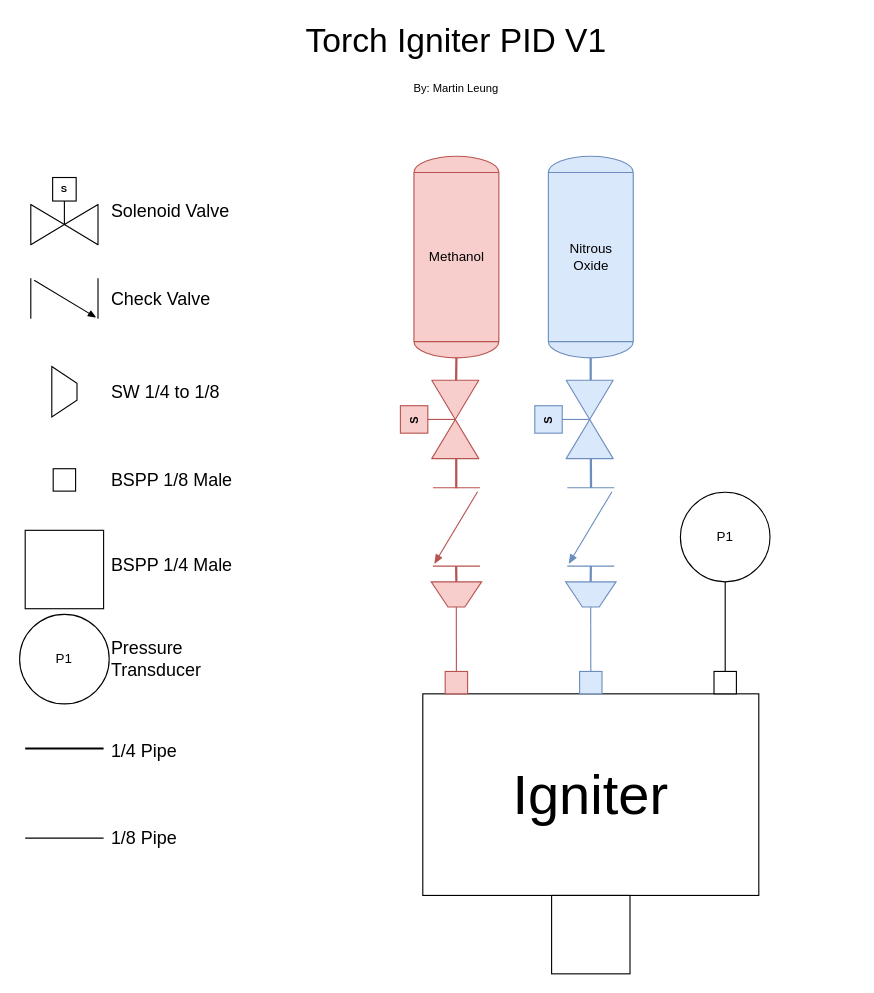
Before: Torch Igniter V1.drawio in icl-rocketry/Propulsion-PIDs, a draw.io diagram. Source tidied: cells renumbered, new cells numbered last; positions are measured from the earlier drawing's top-left corner, leaving out a move shared by most shapes. Both pictures are drawn from the tidied source at 112%, with x=0, y=0 at pixel (19, 43).
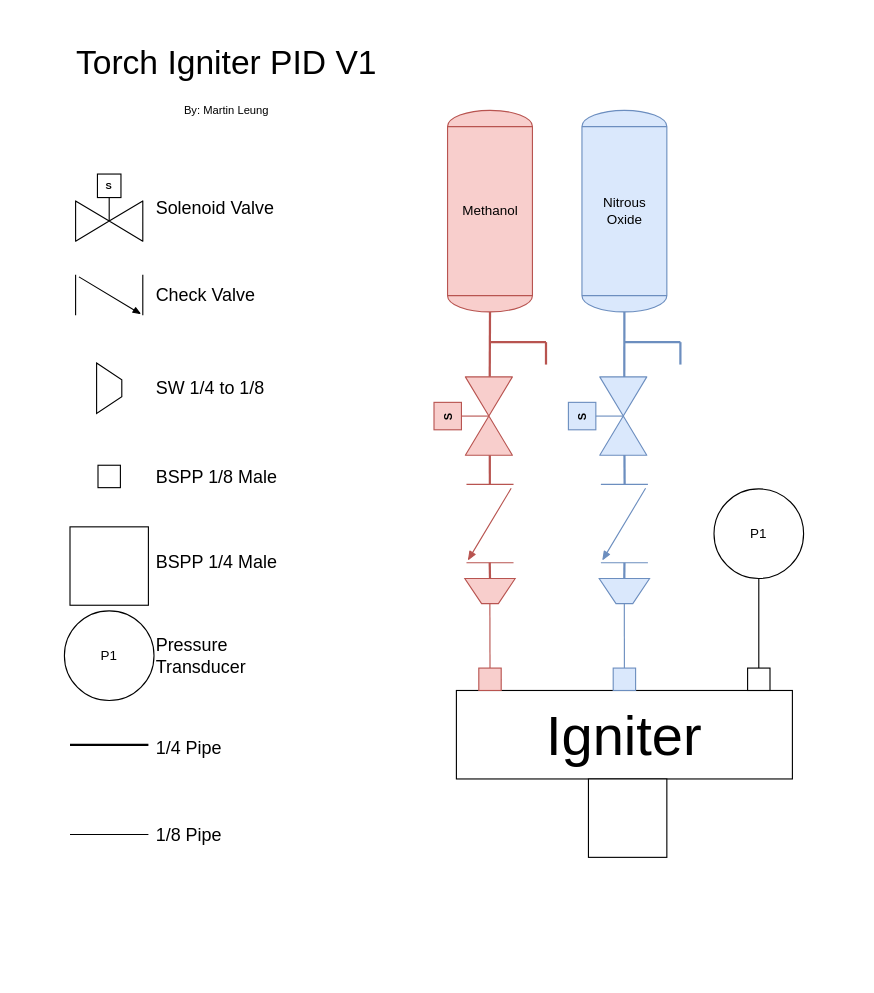
After the change.

What changed in the source:
```diff
@@
     <mxCell id="2" value="Methanol" style="shape=mxgraph.pid.vessels.tank;html=1;align=center;verticalLabelPosition=middle;verticalAlign=middle;dashed=0;labelPosition=center;fillColor=#f8cecc;strokeColor=#b85450;" parent="1" vertex="1">
-      <mxGeometry x="352.1" y="101" width="75.8" height="180" as="geometry" />
+      <mxGeometry x="382.1" y="60" width="75.8" height="180" as="geometry" />
     </mxCell>
     <mxCell id="3" value="Nitrous&lt;br&gt;Oxide" style="shape=mxgraph.pid.vessels.tank;html=1;align=center;verticalLabelPosition=middle;verticalAlign=middle;dashed=0;labelPosition=center;fillColor=#dae8fc;strokeColor=#6c8ebf;" parent="1" vertex="1">
-      <mxGeometry x="472.1" y="101" width="75.8" height="180" as="geometry" />
+      <mxGeometry x="502.1" y="60" width="75.8" height="180" as="geometry" />
     </mxCell>
     <mxCell id="4" style="verticalLabelPosition=bottom;align=center;html=1;verticalAlign=top;dashed=0;shape=mxgraph.pid2valves.valve;valveType=check;rotation=90;fillColor=#f8cecc;strokeColor=#b85450;" parent="1" vertex="1">
-      <mxGeometry x="355" y="411" width="70" height="42" as="geometry" />
+      <mxGeometry x="385" y="408" width="70" height="42" as="geometry" />
     </mxCell>
     <mxCell id="5" style="verticalLabelPosition=bottom;align=center;html=1;verticalAlign=top;dashed=0;shape=mxgraph.pid2valves.valve;valveType=gate;actuator=solenoid;rotation=-90;fillColor=#f8cecc;strokeColor=#b85450;" parent="1" vertex="1">
-      <mxGeometry x="340" y="301" width="70" height="70" as="geometry" />
+      <mxGeometry x="370" y="298" width="70" height="70" as="geometry" />
     </mxCell>
     <mxCell id="6" style="verticalLabelPosition=bottom;align=center;html=1;verticalAlign=top;dashed=0;shape=mxgraph.pid2valves.valve;valveType=gate;actuator=solenoid;rotation=-90;fillColor=#dae8fc;strokeColor=#6c8ebf;" parent="1" vertex="1">
-      <mxGeometry x="460" y="301" width="70" height="70" as="geometry" />
+      <mxGeometry x="490" y="298" width="70" height="70" as="geometry" />
     </mxCell>
@@
-    <mxCell id="8" style="endArrow=none;html=1;rounded=0;entryX=0.5;entryY=1;entryDx=0;entryDy=0;entryPerimeter=0;exitX=1.001;exitY=0.711;exitDx=0;exitDy=0;exitPerimeter=0;fillColor=#dae8fc;strokeColor=#6c8ebf;strokeWidth=2;" parent="1" edge="1">
+    <mxCell id="8" style="endArrow=none;html=1;rounded=0;exitX=1.001;exitY=0.711;exitDx=0;exitDy=0;exitPerimeter=0;fillColor=#dae8fc;strokeColor=#6c8ebf;strokeWidth=2;entryX=0.5;entryY=1;entryDx=0;entryDy=0;entryPerimeter=0;" parent="1" edge="1" target="3">
       <mxGeometry relative="1" as="geometry">
-        <mxPoint x="509.9" y="301" as="sourcePoint" />
-        <mxPoint x="509.9" y="281" as="targetPoint" />
+        <mxPoint x="539.9" y="298" as="sourcePoint" />
       </mxGeometry>
     </mxCell>
     <mxCell id="9" style="verticalLabelPosition=bottom;align=center;html=1;verticalAlign=top;dashed=0;shape=mxgraph.pid2valves.valve;valveType=check;rotation=90;fillColor=#dae8fc;strokeColor=#6c8ebf;" parent="1" vertex="1">
-      <mxGeometry x="475" y="411" width="70" height="42" as="geometry" />
+      <mxGeometry x="505" y="408" width="70" height="42" as="geometry" />
     </mxCell>
@@
     <mxCell id="12" value="Igniter" style="rounded=0;whiteSpace=wrap;html=1;fontSize=50;" parent="1" vertex="1">
-      <mxGeometry x="360" y="581" width="300" height="180" as="geometry" />
+      <mxGeometry x="390" y="578" width="300" height="79" as="geometry" />
     </mxCell>
     <mxCell id="13" style="shape=trapezoid;perimeter=trapezoidPerimeter;whiteSpace=wrap;html=1;fixedSize=1;rotation=-180;size=15;fillColor=#f8cecc;strokeColor=#b85450;" parent="1" vertex="1">
-      <mxGeometry x="367.5" y="481" width="45" height="22.5" as="geometry" />
+      <mxGeometry x="397.5" y="478" width="45" height="22.5" as="geometry" />
     </mxCell>
     <mxCell id="14" style="shape=trapezoid;perimeter=trapezoidPerimeter;whiteSpace=wrap;html=1;fixedSize=1;rotation=-180;size=15;fillColor=#dae8fc;strokeColor=#6c8ebf;" parent="1" vertex="1">
-      <mxGeometry x="487.5" y="481" width="45" height="22.5" as="geometry" />
+      <mxGeometry x="517.5" y="478" width="45" height="22.5" as="geometry" />
     </mxCell>
@@
     <mxCell id="16" style="endArrow=none;html=1;rounded=0;exitX=0.5;exitY=1;exitDx=0;exitDy=0;entryX=0.999;entryY=0.499;entryDx=0;entryDy=0;entryPerimeter=0;strokeWidth=2;fillColor=#dae8fc;strokeColor=#6c8ebf;" parent="1" edge="1" target="9">
       <mxGeometry relative="1" as="geometry">
-        <mxPoint x="509.9" y="481" as="sourcePoint" />
+        <mxPoint x="539.9" y="478" as="sourcePoint" />
       </mxGeometry>
     </mxCell>
     <mxCell id="17" style="endArrow=none;html=1;rounded=0;exitX=0.5;exitY=0;exitDx=0;exitDy=0;entryX=0.998;entryY=0.506;entryDx=0;entryDy=0;entryPerimeter=0;strokeWidth=1;fillColor=#f8cecc;strokeColor=#b85450;" parent="1" edge="1" source="22">
       <mxGeometry relative="1" as="geometry">
-        <mxPoint x="389.9" y="503.5" as="targetPoint" />
+        <mxPoint x="419.9" y="500.5" as="targetPoint" />
       </mxGeometry>
     </mxCell>
     <mxCell id="18" style="endArrow=none;html=1;rounded=0;entryX=0.998;entryY=0.506;entryDx=0;entryDy=0;entryPerimeter=0;strokeWidth=1;exitX=0.5;exitY=0;exitDx=0;exitDy=0;fillColor=#dae8fc;strokeColor=#6c8ebf;" parent="1" edge="1" source="23">
       <mxGeometry relative="1" as="geometry">
-        <mxPoint x="509.9" y="503.5" as="targetPoint" />
+        <mxPoint x="539.9" y="500.5" as="targetPoint" />
       </mxGeometry>
     </mxCell>
     <mxCell id="19" value="P1" style="ellipse;whiteSpace=wrap;html=1;" parent="1" vertex="1">
-      <mxGeometry x="590" y="401" width="80" height="80" as="geometry" />
+      <mxGeometry x="620" y="398" width="80" height="80" as="geometry" />
     </mxCell>
     <mxCell id="20" style="endArrow=none;html=1;rounded=0;exitX=0.5;exitY=0;exitDx=0;exitDy=0;" parent="1" edge="1" source="24">
       <mxGeometry relative="1" as="geometry">
-        <mxPoint x="630" y="481" as="targetPoint" />
+        <mxPoint x="660" y="478" as="targetPoint" />
       </mxGeometry>
     </mxCell>
@@
     <mxCell id="22" style="rounded=0;whiteSpace=wrap;html=1;fillColor=#f8cecc;strokeColor=#b85450;" parent="1" vertex="1">
-      <mxGeometry x="380" y="561" width="20" height="20" as="geometry" />
+      <mxGeometry x="410" y="558" width="20" height="20" as="geometry" />
     </mxCell>
     <mxCell id="23" style="rounded=0;whiteSpace=wrap;html=1;fillColor=#dae8fc;strokeColor=#6c8ebf;" parent="1" vertex="1">
-      <mxGeometry x="500" y="561" width="20" height="20" as="geometry" />
+      <mxGeometry x="530" y="558" width="20" height="20" as="geometry" />
     </mxCell>
     <mxCell id="24" style="rounded=0;whiteSpace=wrap;html=1;" parent="1" vertex="1">
-      <mxGeometry x="620" y="561" width="20" height="20" as="geometry" />
+      <mxGeometry x="650" y="558" width="20" height="20" as="geometry" />
     </mxCell>
     <mxCell id="25" style="rounded=0;whiteSpace=wrap;html=1;" parent="1" vertex="1">
-      <mxGeometry x="475" y="761" width="70" height="70" as="geometry" />
+      <mxGeometry x="507.9" y="657" width="70" height="70" as="geometry" />
     </mxCell>
     <mxCell id="26" style="rounded=0;whiteSpace=wrap;html=1;" parent="1" vertex="1">
-      <mxGeometry x="30" y="380" width="20" height="20" as="geometry" />
+      <mxGeometry x="70" y="376.9" width="20" height="20" as="geometry" />
     </mxCell>
     <mxCell id="27" style="shape=trapezoid;perimeter=trapezoidPerimeter;whiteSpace=wrap;html=1;fixedSize=1;rotation=90;size=15;" parent="1" vertex="1">
-      <mxGeometry x="17.5" y="300" width="45" height="22.5" as="geometry" />
+      <mxGeometry x="57.5" y="296.9" width="45" height="22.5" as="geometry" />
     </mxCell>
     <mxCell id="28" style="verticalLabelPosition=bottom;align=center;html=1;verticalAlign=top;dashed=0;shape=mxgraph.pid2valves.valve;valveType=check;rotation=0;" parent="1" vertex="1">
-      <mxGeometry x="10" y="210" width="60" height="36" as="geometry" />
+      <mxGeometry x="50" y="206.9" width="60" height="36" as="geometry" />
     </mxCell>
     <mxCell id="29" style="verticalLabelPosition=bottom;align=center;html=1;verticalAlign=top;dashed=0;shape=mxgraph.pid2valves.valve;valveType=gate;actuator=solenoid;rotation=0;" parent="1" vertex="1">
-      <mxGeometry x="10" y="120" width="60" height="60" as="geometry" />
+      <mxGeometry x="50" y="116.9" width="60" height="60" as="geometry" />
     </mxCell>
     <mxCell id="30" style="endArrow=none;html=1;rounded=0;strokeWidth=2;" parent="1" edge="1">
       <mxGeometry relative="1" as="geometry">
-        <mxPoint x="5" y="629.8" as="sourcePoint" />
-        <mxPoint x="75" y="629.8" as="targetPoint" />
+        <mxPoint x="45" y="626.6" as="sourcePoint" />
+        <mxPoint x="115" y="626.6" as="targetPoint" />
       </mxGeometry>
     </mxCell>
     <mxCell id="31" style="rounded=0;whiteSpace=wrap;html=1;" parent="1" vertex="1">
-      <mxGeometry x="5" y="435" width="70" height="70" as="geometry" />
+      <mxGeometry x="45" y="431.9" width="70" height="70" as="geometry" />
     </mxCell>
     <mxCell id="32" style="endArrow=none;html=1;rounded=0;strokeWidth=1;" parent="1" edge="1">
       <mxGeometry relative="1" as="geometry">
-        <mxPoint x="5" y="709.8" as="sourcePoint" />
-        <mxPoint x="75" y="709.8" as="targetPoint" />
+        <mxPoint x="45" y="706.6" as="sourcePoint" />
+        <mxPoint x="115" y="706.6" as="targetPoint" />
       </mxGeometry>
     </mxCell>
     <mxCell id="33" value="Solenoid Valve" style="text;html=1;align=left;verticalAlign=middle;strokeColor=none;fillColor=none;fontSize=16;" parent="1" vertex="1">
-      <mxGeometry x="80" y="135" width="130" height="30" as="geometry" />
+      <mxGeometry x="120" y="131.9" width="130" height="30" as="geometry" />
     </mxCell>
     <mxCell id="34" value="Check Valve" style="text;html=1;align=left;verticalAlign=middle;strokeColor=none;fillColor=none;fontSize=16;" parent="1" vertex="1">
-      <mxGeometry x="80" y="213" width="110" height="30" as="geometry" />
+      <mxGeometry x="120" y="209.9" width="110" height="30" as="geometry" />
     </mxCell>
     <mxCell id="35" value="SW 1/4 to 1/8" style="text;html=1;align=left;verticalAlign=middle;strokeColor=none;fillColor=none;fontSize=16;" parent="1" vertex="1">
-      <mxGeometry x="80" y="296.2" width="120" height="30" as="geometry" />
+      <mxGeometry x="120" y="293.1" width="120" height="30" as="geometry" />
     </mxCell>
     <mxCell id="36" value="BSPP 1/8 Male" style="text;html=1;align=left;verticalAlign=middle;strokeColor=none;fillColor=none;fontSize=16;" parent="1" vertex="1">
-      <mxGeometry x="80" y="375" width="130" height="30" as="geometry" />
+      <mxGeometry x="120" y="371.9" width="130" height="30" as="geometry" />
     </mxCell>
     <mxCell id="37" value="BSPP 1/4 Male" style="text;html=1;align=left;verticalAlign=middle;strokeColor=none;fillColor=none;fontSize=16;" parent="1" vertex="1">
-      <mxGeometry x="80" y="451" width="130" height="30" as="geometry" />
+      <mxGeometry x="120" y="447.9" width="130" height="30" as="geometry" />
     </mxCell>
     <mxCell id="38" value="1/4 Pipe" style="text;html=1;align=left;verticalAlign=middle;strokeColor=none;fillColor=none;fontSize=16;" parent="1" vertex="1">
-      <mxGeometry x="80" y="617.2" width="80" height="30" as="geometry" />
+      <mxGeometry x="120" y="614.1" width="80" height="30" as="geometry" />
     </mxCell>
     <mxCell id="39" value="1/8 Pipe" style="text;html=1;align=left;verticalAlign=middle;strokeColor=none;fillColor=none;fontSize=16;" parent="1" vertex="1">
-      <mxGeometry x="80" y="694.8" width="80" height="30" as="geometry" />
+      <mxGeometry x="120" y="691.6" width="80" height="30" as="geometry" />
     </mxCell>
     <mxCell id="40" value="Torch Igniter PID V1&lt;br style=&quot;font-size: 12px;&quot;&gt;&lt;font size=&quot;1&quot;&gt;By: Martin Leung&lt;/font&gt;" style="text;html=1;strokeColor=none;fillColor=none;align=center;verticalAlign=middle;whiteSpace=wrap;rounded=0;fontSize=30;" parent="1" vertex="1">
-      <mxGeometry x="35" width="710" height="30" as="geometry" />
+      <mxGeometry x="40" y="20" width="290" height="30" as="geometry" />
     </mxCell>
     <mxCell id="41" value="P1" style="ellipse;whiteSpace=wrap;html=1;" parent="1" vertex="1">
-      <mxGeometry y="510" width="80" height="80" as="geometry" />
+      <mxGeometry x="40" y="506.9" width="80" height="80" as="geometry" />
     </mxCell>
     <mxCell id="42" value="Pressure&lt;br&gt;Transducer" style="text;html=1;align=left;verticalAlign=middle;strokeColor=none;fillColor=none;fontSize=16;" parent="1" vertex="1">
-      <mxGeometry x="80" y="525" width="100" height="50" as="geometry" />
+      <mxGeometry x="120" y="521.9" width="100" height="50" as="geometry" />
     </mxCell>
+    <mxCell id="43" style="endArrow=none;html=1;rounded=0;fillColor=#dae8fc;strokeColor=#6c8ebf;strokeWidth=2;" parent="1" edge="1">
+      <mxGeometry relative="1" as="geometry">
+        <mxPoint x="590" y="267" as="sourcePoint" />
+        <mxPoint x="540" y="267" as="targetPoint" />
+      </mxGeometry>
+    </mxCell>
+    <mxCell id="44" style="endArrow=none;html=1;rounded=0;fillColor=#a20025;strokeColor=#b85450;strokeWidth=2;" parent="1" edge="1">
+      <mxGeometry relative="1" as="geometry">
+        <mxPoint x="470" y="267" as="sourcePoint" />
+        <mxPoint x="420" y="267" as="targetPoint" />
+      </mxGeometry>
+    </mxCell>
+    <mxCell id="45" style="endArrow=none;html=1;rounded=0;fillColor=#a20025;strokeColor=#b85450;strokeWidth=2;" parent="1" edge="1">
+      <mxGeometry relative="1" as="geometry">
+        <mxPoint x="470" y="287" as="sourcePoint" />
+        <mxPoint x="470" y="267" as="targetPoint" />
+      </mxGeometry>
+    </mxCell>
+    <mxCell id="46" style="endArrow=none;html=1;rounded=0;fillColor=#dae8fc;strokeColor=#6c8ebf;strokeWidth=2;" parent="1" edge="1">
+      <mxGeometry relative="1" as="geometry">
+        <mxPoint x="590" y="287" as="sourcePoint" />
+        <mxPoint x="590" y="267" as="targetPoint" />
+      </mxGeometry>
+    </mxCell>
```
